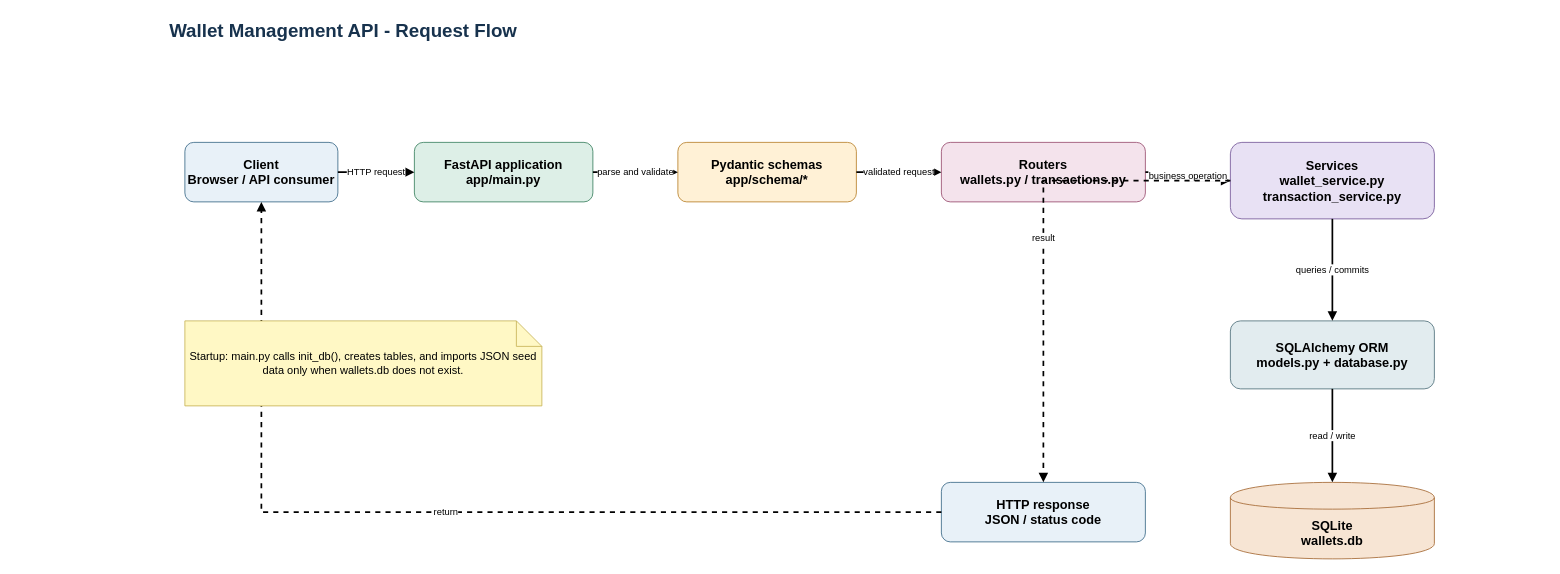
Before: flowchart.drawio in Kashyap-Ladva/Wallet-management-API, a draw.io diagram. Source tidied: cells renumbered, new cells numbered last; positions are measured from the earlier drawing's top-left corner, leaving out a move shared by most shapes. Both pictures are drawn from the tidied source at 85%, with x=0, y=0 at pixel (167, 14).
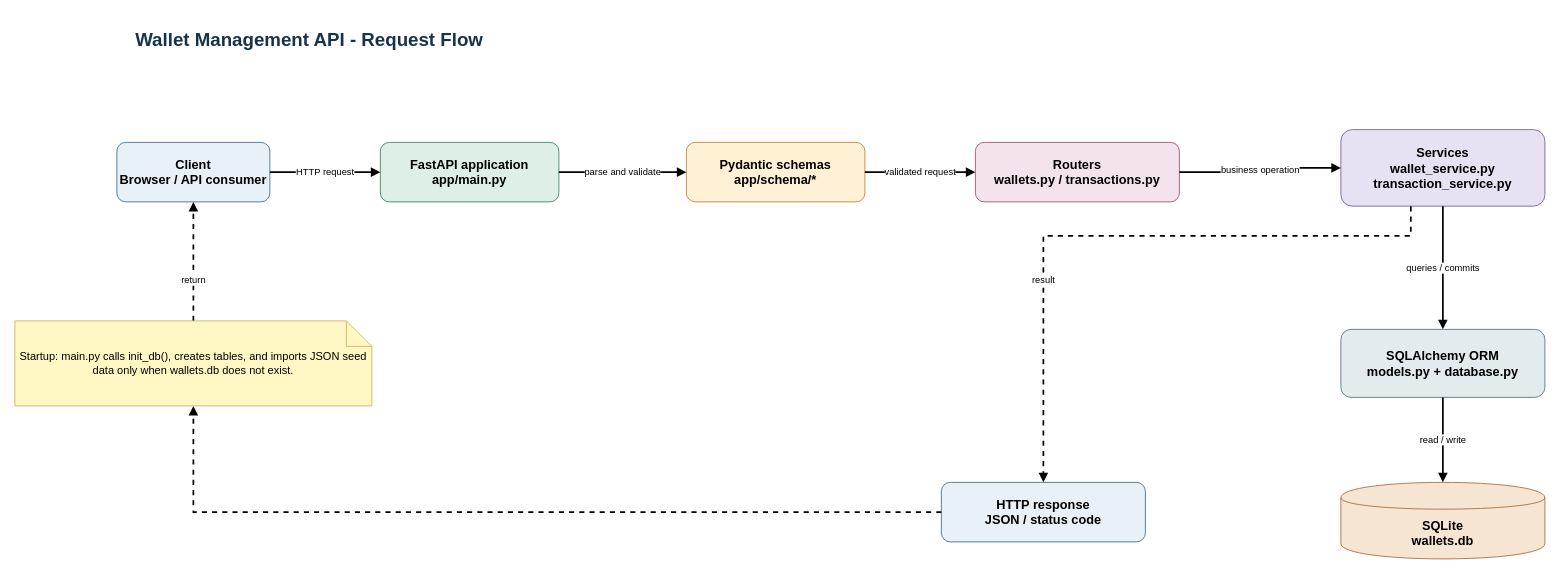
The same diagram, later.

The change refers to these unchanged cells:
```xml
<mxCell id="10" value="HTTP response&#10;JSON / status code" style="rounded=1;whiteSpace=wrap;html=1;fillColor=#E8F1F8;strokeColor=#3D6B89;fontSize=15;fontStyle=1;" parent="1" vertex="1">
  <mxGeometry x="910" y="550" width="240" height="70" as="geometry" />
</mxCell>
```

What changed in the source:
```diff
@@
     <mxCell id="2" value="Wallet Management API - Request Flow" style="text;html=1;strokeColor=none;fillColor=none;align=left;verticalAlign=middle;fontSize=22;fontStyle=1;fontColor=#17324D;" parent="1" vertex="1">
-      <mxGeometry width="600" height="40" as="geometry" />
+      <mxGeometry x="-40" y="10" width="600" height="40" as="geometry" />
     </mxCell>
     <mxCell id="3" value="Client&#10;Browser / API consumer" style="rounded=1;whiteSpace=wrap;html=1;fillColor=#E8F1F8;strokeColor=#3D6B89;fontSize=15;fontStyle=1;" parent="1" vertex="1">
-      <mxGeometry x="20" y="150" width="180" height="70" as="geometry" />
+      <mxGeometry x="-60" y="150" width="180" height="70" as="geometry" />
     </mxCell>
     <mxCell id="4" value="FastAPI application&#10;app/main.py" style="rounded=1;whiteSpace=wrap;html=1;fillColor=#DDEFE7;strokeColor=#3D8261;fontSize=15;fontStyle=1;" parent="1" vertex="1">
-      <mxGeometry x="290" y="150" width="210" height="70" as="geometry" />
+      <mxGeometry x="250" y="150" width="210" height="70" as="geometry" />
     </mxCell>
     <mxCell id="5" value="Pydantic schemas&#10;app/schema/*" style="rounded=1;whiteSpace=wrap;html=1;fillColor=#FFF1D6;strokeColor=#B9822D;fontSize=15;fontStyle=1;" parent="1" vertex="1">
-      <mxGeometry x="600" y="150" width="210" height="70" as="geometry" />
+      <mxGeometry x="610" y="150" width="210" height="70" as="geometry" />
     </mxCell>
     <mxCell id="6" value="Routers&#10;wallets.py / transactions.py" style="rounded=1;whiteSpace=wrap;html=1;fillColor=#F4E3EC;strokeColor=#9A4E71;fontSize=15;fontStyle=1;" parent="1" vertex="1">
-      <mxGeometry x="910" y="150" width="240" height="70" as="geometry" />
+      <mxGeometry x="950" y="150" width="240" height="70" as="geometry" />
     </mxCell>
     <mxCell id="7" value="Services&#10;wallet_service.py&#10;transaction_service.py" style="rounded=1;whiteSpace=wrap;html=1;fillColor=#E8E1F4;strokeColor=#765A9A;fontSize=15;fontStyle=1;" parent="1" vertex="1">
-      <mxGeometry x="1250" y="150" width="240" height="90" as="geometry" />
+      <mxGeometry x="1380" y="135" width="240" height="90" as="geometry" />
     </mxCell>
     <mxCell id="8" value="SQLAlchemy ORM&#10;models.py + database.py" style="rounded=1;whiteSpace=wrap;html=1;fillColor=#E2ECEF;strokeColor=#52727D;fontSize=15;fontStyle=1;" parent="1" vertex="1">
-      <mxGeometry x="1250" y="360" width="240" height="80" as="geometry" />
+      <mxGeometry x="1380" y="370" width="240" height="80" as="geometry" />
     </mxCell>
     <mxCell id="9" value="SQLite&#10;wallets.db" style="shape=cylinder;whiteSpace=wrap;html=1;boundedLbl=1;fillColor=#F7E5D4;strokeColor=#A66A35;fontSize=15;fontStyle=1;" parent="1" vertex="1">
-      <mxGeometry x="1250" y="550" width="240" height="90" as="geometry" />
+      <mxGeometry x="1380" y="550" width="240" height="90" as="geometry" />
     </mxCell>
@@
-    <mxCell id="17" value="result" style="edgeStyle=orthogonalEdgeStyle;rounded=0;jettySize=auto;html=1;endArrow=block;strokeWidth=2;dashed=1;" parent="1" edge="1" source="7" target="10">
-      <mxGeometry relative="1" as="geometry" />
+    <mxCell id="17" value="result" style="edgeStyle=orthogonalEdgeStyle;rounded=0;jettySize=auto;html=1;endArrow=block;strokeWidth=2;dashed=1;exitX=0.343;exitY=1.003;exitDx=0;exitDy=0;exitPerimeter=0;" parent="1" edge="1" source="7" target="10">
+      <mxGeometry x="0.37" relative="1" as="geometry">
+        <Array as="points">
+          <mxPoint x="1462" y="260" />
+          <mxPoint x="1030" y="260" />
+        </Array>
+      </mxGeometry>
     </mxCell>
-    <mxCell id="18" value="return" style="edgeStyle=orthogonalEdgeStyle;rounded=0;jettySize=auto;html=1;endArrow=block;strokeWidth=2;dashed=1;" parent="1" edge="1" source="10" target="3">
-      <mxGeometry relative="1" as="geometry" />
+    <mxCell id="18" value="return" style="edgeStyle=orthogonalEdgeStyle;rounded=0;jettySize=auto;html=1;endArrow=block;strokeWidth=2;dashed=1;" parent="1" edge="1" source="19" target="3">
+      <mxGeometry x="-0.31" relative="1" as="geometry" />
     </mxCell>
+    <mxCell id="20" style="edgeStyle=orthogonalEdgeStyle;rounded=0;jettySize=auto;html=1;endArrow=block;strokeWidth=2;dashed=1;" parent="1" edge="1" source="10" target="19">
+      <mxGeometry x="-0.31" relative="1" as="geometry" />
+    </mxCell>
     <mxCell id="19" value="Startup: main.py calls init_db(), creates tables, and imports JSON seed data only when wallets.db does not exist." style="shape=note;whiteSpace=wrap;html=1;backgroundOutline=1;fillColor=#FFF8C5;strokeColor=#C8B458;fontSize=13;" parent="1" vertex="1">
-      <mxGeometry x="20" y="360" width="420" height="100" as="geometry" />
+      <mxGeometry x="-180" y="360" width="420" height="100" as="geometry" />
     </mxCell>
```
